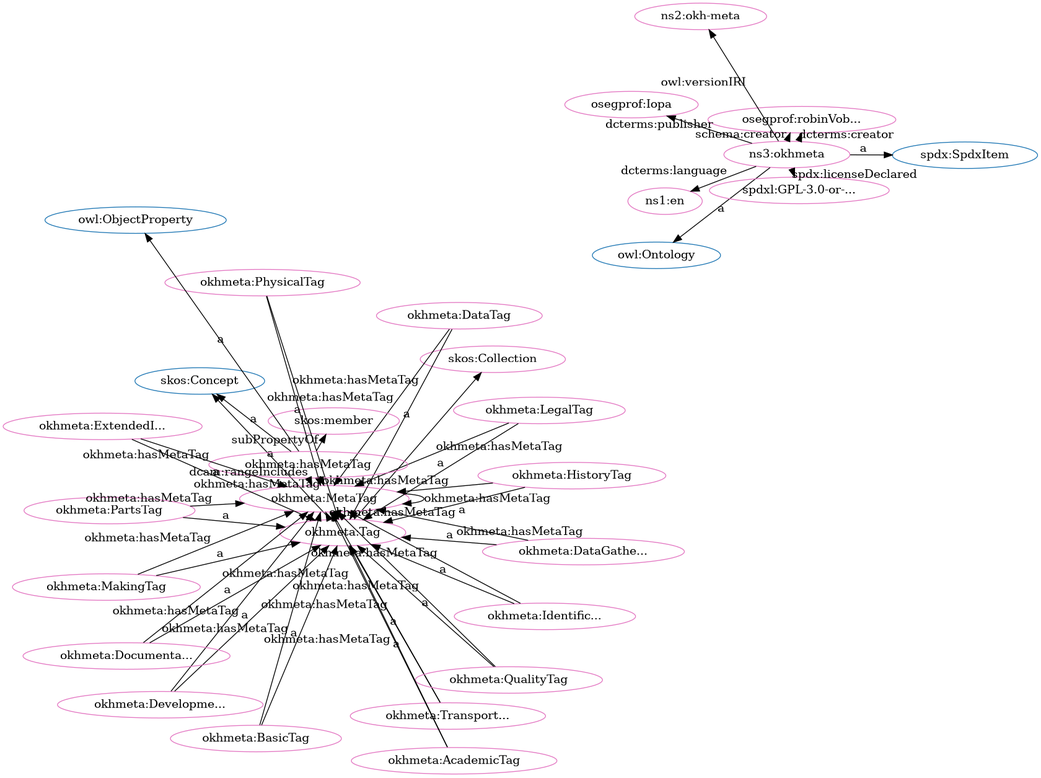
Earlier version of the Graphviz export src/spec/fdp_okh-meta.png (iop-alliance/OpenKnowHow). Its source is kept beside it as src/spec/fdp_okh-meta.dot.
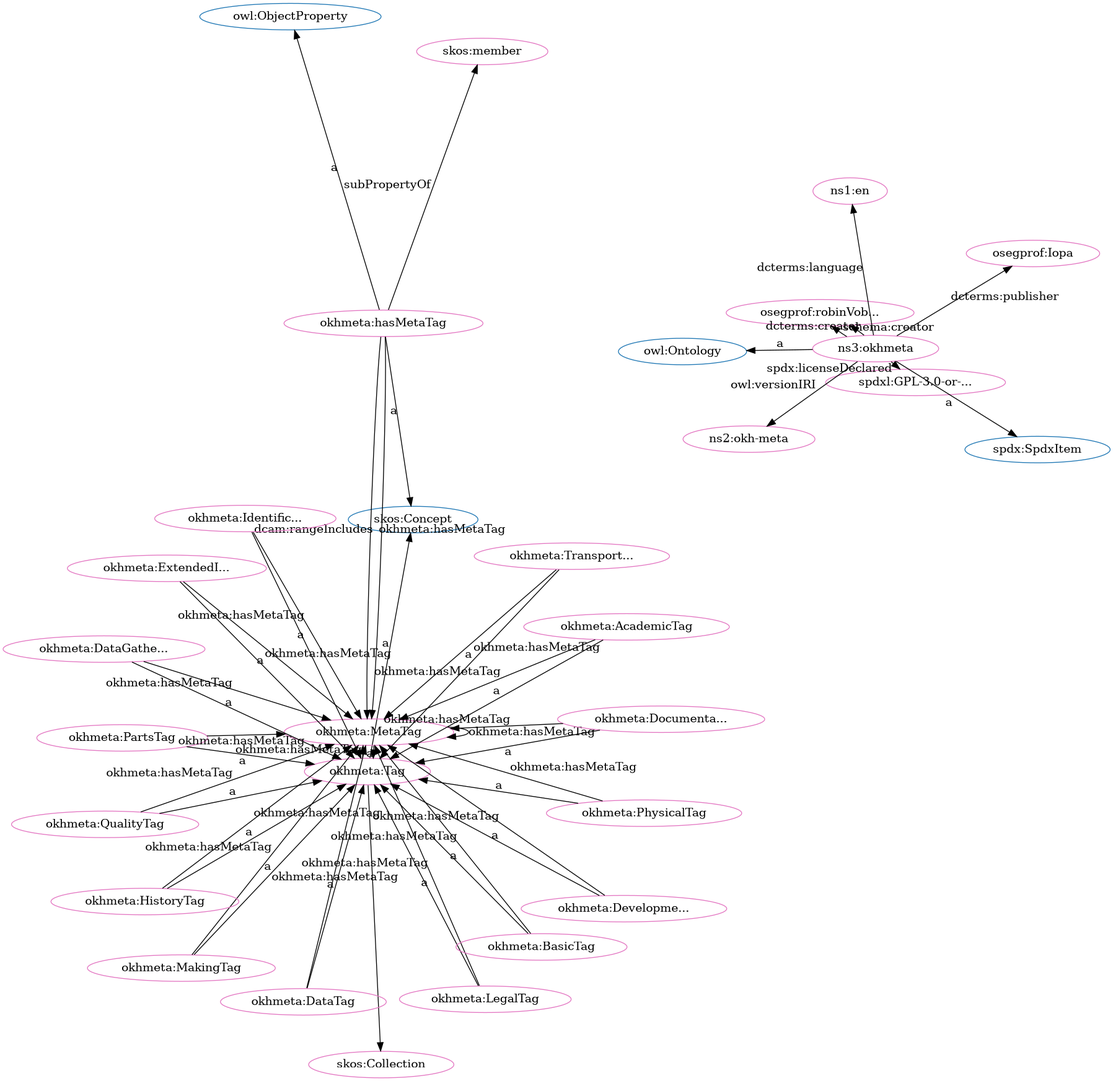
After the change.

What changed in the source:
```diff
@@ -1,84 +1,84 @@
 digraph G {
   rankdir=BT
   node[height=.3]
+"http://w3id.org/oseg/ont/okhmeta#Tag" [fillcolor="#1f77b4" color="#1f77b4" label="okhmeta:Tag"]
 "http://www.w3.org/2002/07/owl#Ontology" [fillcolor="#1f77b4" color="#1f77b4" label="owl:Ontology"]
+"http://www.w3.org/2004/02/skos/core#Concept" [fillcolor="#1f77b4" color="#1f77b4" label="skos:Concept"]
+"http://www.w3.org/2004/02/skos/core#Collection" [fillcolor="#1f77b4" color="#1f77b4" label="skos:Collection"]
 "http://www.w3.org/2002/07/owl#ObjectProperty" [fillcolor="#1f77b4" color="#1f77b4" label="owl:ObjectProperty"]
-"http://w3id.org/oseg/ont/okhmeta#Tag" [fillcolor="#1f77b4" color="#1f77b4" label="okhmeta:Tag"]
-"http://www.w3.org/2004/02/skos/core#Concept" [fillcolor="#1f77b4" color="#1f77b4" label="skos:Concept"]
 "http://spdx.org/rdf/terms#SpdxItem" [fillcolor="#1f77b4" color="#1f77b4" label="spdx:SpdxItem"]
-"http://www.w3.org/2004/02/skos/core#Collection" [fillcolor="#1f77b4" color="#1f77b4" label="skos:Collection"]
+"http://w3id.org/oseg/ont/okhmeta#hasMetaTag" [fillcolor="#e377c2" color="#e377c2" label="okhmeta:hasMetaTag"]
+"http://w3id.org/oseg/ont/okhmeta#MetaTag" [fillcolor="#e377c2" color="#e377c2" label="okhmeta:MetaTag"]
+"http://spdx.org/licenses/GPL-3.0-or-later" [fillcolor="#e377c2" color="#e377c2" label="spdxl:GPL-3.0-or-..."]
+"http://w3id.org/oseg/ont/okhmeta#QualityTag" [fillcolor="#e377c2" color="#e377c2" label="okhmeta:QualityTag"]
+"http://w3id.org/oseg/ont/okhmeta#DocumentationTag" [fillcolor="#e377c2" color="#e377c2" label="okhmeta:Documenta..."]
+"http://w3id.org/oseg/ont/okhmeta#MakingTag" [fillcolor="#e377c2" color="#e377c2" label="okhmeta:MakingTag"]
+"http://w3id.org/oseg/ont/okhmeta#Tag" [fillcolor="#e377c2" color="#e377c2" label="okhmeta:Tag"]
+"http://w3id.org/oseg/ont/okhmeta#HistoryTag" [fillcolor="#e377c2" color="#e377c2" label="okhmeta:HistoryTag"]
+"http://w3id.org/oseg/ont/oseg-profiles#Iopa" [fillcolor="#e377c2" color="#e377c2" label="osegprof:Iopa"]
+"http://www.w3.org/2004/02/skos/core#Collection" [fillcolor="#e377c2" color="#e377c2" label="skos:Collection"]
+"http://w3id.org/oseg/ont/okhmeta#LegalTag" [fillcolor="#e377c2" color="#e377c2" label="okhmeta:LegalTag"]
+"http://w3id.org/oseg/ont/okhmeta#TransportationTag" [fillcolor="#e377c2" color="#e377c2" label="okhmeta:Transport..."]
+"http://www.w3.org/2004/02/skos/core#member" [fillcolor="#e377c2" color="#e377c2" label="skos:member"]
+"http://w3id.org/oseg/ont/okhmeta#AcademicTag" [fillcolor="#e377c2" color="#e377c2" label="okhmeta:AcademicTag"]
+"http://w3id.org/oseg/ont/okhmeta#PartsTag" [fillcolor="#e377c2" color="#e377c2" label="okhmeta:PartsTag"]
+"http://id.loc.gov/vocabulary/iso639-1/en" [fillcolor="#e377c2" color="#e377c2" label="ns1:en"]
+"http://w3id.org/oseg/ont/okhmeta#PhysicalTag" [fillcolor="#e377c2" color="#e377c2" label="okhmeta:PhysicalTag"]
+"http://w3id.org/oseg/ont/okhmeta#BasicTag" [fillcolor="#e377c2" color="#e377c2" label="okhmeta:BasicTag"]
+"http://w3id.org/oseg/ont/okhmeta#IdentificationTag" [fillcolor="#e377c2" color="#e377c2" label="okhmeta:Identific..."]
+"http://w3id.org/oseg/ont/oseg-profiles#robinVobruba" [fillcolor="#e377c2" color="#e377c2" label="osegprof:robinVob..."]
+"http://w3id.org/oseg/ont/okhmeta#ExtendedInfoTag" [fillcolor="#e377c2" color="#e377c2" label="okhmeta:ExtendedI..."]
+"http://w3id.org/oseg/ont/1.1.0/okh-meta" [fillcolor="#e377c2" color="#e377c2" label="ns2:okh-meta"]
+"http://w3id.org/oseg/ont/okhmeta#DataGatheringTag" [fillcolor="#e377c2" color="#e377c2" label="okhmeta:DataGathe..."]
+"http://w3id.org/oseg/ont/okhmeta#DevelopmentTag" [fillcolor="#e377c2" color="#e377c2" label="okhmeta:Developme..."]
+"http://w3id.org/oseg/ont/okhmeta" [fillcolor="#e377c2" color="#e377c2" label="ns3:okhmeta"]
 "http://w3id.org/oseg/ont/okhmeta#DataTag" [fillcolor="#e377c2" color="#e377c2" label="okhmeta:DataTag"]
-"http://w3id.org/oseg/ont/okhmeta#HistoryTag" [fillcolor="#e377c2" color="#e377c2" label="okhmeta:HistoryTag"]
-"http://w3id.org/oseg/ont/okhmeta#MetaTag" [fillcolor="#e377c2" color="#e377c2" label="okhmeta:MetaTag"]
-"http://w3id.org/oseg/ont/okhmeta#TransportationTag" [fillcolor="#e377c2" color="#e377c2" label="okhmeta:Transport..."]
-"http://w3id.org/oseg/ont/okhmeta#DevelopmentTag" [fillcolor="#e377c2" color="#e377c2" label="okhmeta:Developme..."]
-"http://w3id.org/oseg/ont/okhmeta#MakingTag" [fillcolor="#e377c2" color="#e377c2" label="okhmeta:MakingTag"]
-"http://w3id.org/oseg/ont/okhmeta#IdentificationTag" [fillcolor="#e377c2" color="#e377c2" label="okhmeta:Identific..."]
-"http://id.loc.gov/vocabulary/iso639-1/en" [fillcolor="#e377c2" color="#e377c2" label="ns1:en"]
-"http://w3id.org/oseg/ont/okhmeta#PartsTag" [fillcolor="#e377c2" color="#e377c2" label="okhmeta:PartsTag"]
-"http://w3id.org/oseg/ont/1.1.0/okh-meta" [fillcolor="#e377c2" color="#e377c2" label="ns2:okh-meta"]
-"http://www.w3.org/2004/02/skos/core#member" [fillcolor="#e377c2" color="#e377c2" label="skos:member"]
-"http://w3id.org/oseg/ont/okhmeta#LegalTag" [fillcolor="#e377c2" color="#e377c2" label="okhmeta:LegalTag"]
-"http://w3id.org/oseg/ont/oseg-profiles#robinVobruba" [fillcolor="#e377c2" color="#e377c2" label="osegprof:robinVob..."]
-"http://w3id.org/oseg/ont/okhmeta#QualityTag" [fillcolor="#e377c2" color="#e377c2" label="okhmeta:QualityTag"]
-"http://w3id.org/oseg/ont/oseg-profiles#Iopa" [fillcolor="#e377c2" color="#e377c2" label="osegprof:Iopa"]
-"http://w3id.org/oseg/ont/okhmeta#PhysicalTag" [fillcolor="#e377c2" color="#e377c2" label="okhmeta:PhysicalTag"]
-"http://www.w3.org/2004/02/skos/core#Collection" [fillcolor="#e377c2" color="#e377c2" label="skos:Collection"]
-"http://w3id.org/oseg/ont/okhmeta" [fillcolor="#e377c2" color="#e377c2" label="ns3:okhmeta"]
-"http://spdx.org/licenses/GPL-3.0-or-later" [fillcolor="#e377c2" color="#e377c2" label="spdxl:GPL-3.0-or-..."]
-"http://w3id.org/oseg/ont/okhmeta#AcademicTag" [fillcolor="#e377c2" color="#e377c2" label="okhmeta:AcademicTag"]
-"http://w3id.org/oseg/ont/okhmeta#DocumentationTag" [fillcolor="#e377c2" color="#e377c2" label="okhmeta:Documenta..."]
-"http://w3id.org/oseg/ont/okhmeta#Tag" [fillcolor="#e377c2" color="#e377c2" label="okhmeta:Tag"]
-"http://w3id.org/oseg/ont/okhmeta#hasMetaTag" [fillcolor="#e377c2" color="#e377c2" label="okhmeta:hasMetaTag"]
-"http://w3id.org/oseg/ont/okhmeta#ExtendedInfoTag" [fillcolor="#e377c2" color="#e377c2" label="okhmeta:ExtendedI..."]
-"http://w3id.org/oseg/ont/okhmeta#DataGatheringTag" [fillcolor="#e377c2" color="#e377c2" label="okhmeta:DataGathe..."]
-"http://w3id.org/oseg/ont/okhmeta#BasicTag" [fillcolor="#e377c2" color="#e377c2" label="okhmeta:BasicTag"]
+  "http://w3id.org/oseg/ont/okhmeta#TransportationTag" -> "http://w3id.org/oseg/ont/okhmeta#MetaTag" [label="okhmeta:hasMetaTag"]
+  "http://w3id.org/oseg/ont/okhmeta#PartsTag" -> "http://w3id.org/oseg/ont/okhmeta#MetaTag" [label="okhmeta:hasMetaTag"]
+  "http://w3id.org/oseg/ont/okhmeta" -> "http://w3id.org/oseg/ont/oseg-profiles#Iopa" [label="dcterms:publisher"]
+  "http://w3id.org/oseg/ont/okhmeta#Tag" -> "http://www.w3.org/2004/02/skos/core#Collection" [label=""]
+  "http://w3id.org/oseg/ont/okhmeta#TransportationTag" -> "http://w3id.org/oseg/ont/okhmeta#Tag" [label="a"]
+  "http://w3id.org/oseg/ont/okhmeta#hasMetaTag" -> "http://www.w3.org/2004/02/skos/core#member" [label="subPropertyOf"]
+  "http://w3id.org/oseg/ont/okhmeta#PartsTag" -> "http://w3id.org/oseg/ont/okhmeta#Tag" [label="a"]
+  "http://w3id.org/oseg/ont/okhmeta" -> "http://id.loc.gov/vocabulary/iso639-1/en" [label="dcterms:language"]
+  "http://w3id.org/oseg/ont/okhmeta#BasicTag" -> "http://w3id.org/oseg/ont/okhmeta#Tag" [label="a"]
+  "http://w3id.org/oseg/ont/okhmeta#MetaTag" -> "http://w3id.org/oseg/ont/okhmeta#MetaTag" [label="okhmeta:hasMetaTag"]
+  "http://w3id.org/oseg/ont/okhmeta" -> "http://w3id.org/oseg/ont/oseg-profiles#robinVobruba" [label="schema:creator"]
+  "http://w3id.org/oseg/ont/okhmeta#ExtendedInfoTag" -> "http://w3id.org/oseg/ont/okhmeta#Tag" [label="a"]
+  "http://w3id.org/oseg/ont/okhmeta#DataGatheringTag" -> "http://w3id.org/oseg/ont/okhmeta#Tag" [label="a"]
+  "http://w3id.org/oseg/ont/okhmeta" -> "http://www.w3.org/2002/07/owl#Ontology" [label="a"]
+  "http://w3id.org/oseg/ont/okhmeta#MakingTag" -> "http://w3id.org/oseg/ont/okhmeta#MetaTag" [label="okhmeta:hasMetaTag"]
+  "http://w3id.org/oseg/ont/okhmeta" -> "http://spdx.org/rdf/terms#SpdxItem" [label="a"]
+  "http://w3id.org/oseg/ont/okhmeta" -> "http://w3id.org/oseg/ont/oseg-profiles#robinVobruba" [label="dcterms:creator"]
+  "http://w3id.org/oseg/ont/okhmeta#ExtendedInfoTag" -> "http://w3id.org/oseg/ont/okhmeta#MetaTag" [label="okhmeta:hasMetaTag"]
+  "http://w3id.org/oseg/ont/okhmeta#hasMetaTag" -> "http://www.w3.org/2002/07/owl#ObjectProperty" [label="a"]
+  "http://w3id.org/oseg/ont/okhmeta#HistoryTag" -> "http://w3id.org/oseg/ont/okhmeta#MetaTag" [label="okhmeta:hasMetaTag"]
+  "http://w3id.org/oseg/ont/okhmeta" -> "http://spdx.org/licenses/GPL-3.0-or-later" [label="spdx:licenseDeclared"]
+  "http://w3id.org/oseg/ont/okhmeta#LegalTag" -> "http://w3id.org/oseg/ont/okhmeta#MetaTag" [label="okhmeta:hasMetaTag"]
+  "http://w3id.org/oseg/ont/okhmeta#QualityTag" -> "http://w3id.org/oseg/ont/okhmeta#Tag" [label="a"]
+  "http://w3id.org/oseg/ont/okhmeta#Tag" -> "http://w3id.org/oseg/ont/okhmeta#MetaTag" [label="okhmeta:hasMetaTag"]
+  "http://w3id.org/oseg/ont/okhmeta#MetaTag" -> "http://w3id.org/oseg/ont/okhmeta#Tag" [label="a"]
+  "http://w3id.org/oseg/ont/okhmeta#hasMetaTag" -> "http://w3id.org/oseg/ont/okhmeta#MetaTag" [label="okhmeta:hasMetaTag"]
+  "http://w3id.org/oseg/ont/okhmeta#DocumentationTag" -> "http://w3id.org/oseg/ont/okhmeta#Tag" [label="a"]
+  "http://w3id.org/oseg/ont/okhmeta#MakingTag" -> "http://w3id.org/oseg/ont/okhmeta#Tag" [label="a"]
+  "http://w3id.org/oseg/ont/okhmeta#AcademicTag" -> "http://w3id.org/oseg/ont/okhmeta#MetaTag" [label="okhmeta:hasMetaTag"]
+  "http://w3id.org/oseg/ont/okhmeta#Tag" -> "http://www.w3.org/2004/02/skos/core#Concept" [label="a"]
+  "http://w3id.org/oseg/ont/okhmeta#DocumentationTag" -> "http://w3id.org/oseg/ont/okhmeta#MetaTag" [label="okhmeta:hasMetaTag"]
+  "http://w3id.org/oseg/ont/okhmeta#PhysicalTag" -> "http://w3id.org/oseg/ont/okhmeta#MetaTag" [label="okhmeta:hasMetaTag"]
+  "http://w3id.org/oseg/ont/okhmeta#hasMetaTag" -> "http://w3id.org/oseg/ont/okhmeta#MetaTag" [label="dcam:rangeIncludes"]
+  "http://w3id.org/oseg/ont/okhmeta#IdentificationTag" -> "http://w3id.org/oseg/ont/okhmeta#MetaTag" [label="okhmeta:hasMetaTag"]
+  "http://w3id.org/oseg/ont/okhmeta#HistoryTag" -> "http://w3id.org/oseg/ont/okhmeta#Tag" [label="a"]
+  "http://w3id.org/oseg/ont/okhmeta#LegalTag" -> "http://w3id.org/oseg/ont/okhmeta#Tag" [label="a"]
+  "http://w3id.org/oseg/ont/okhmeta#AcademicTag" -> "http://w3id.org/oseg/ont/okhmeta#Tag" [label="a"]
+  "http://w3id.org/oseg/ont/okhmeta#DevelopmentTag" -> "http://w3id.org/oseg/ont/okhmeta#MetaTag" [label="okhmeta:hasMetaTag"]
+  "http://w3id.org/oseg/ont/okhmeta#DataTag" -> "http://w3id.org/oseg/ont/okhmeta#MetaTag" [label="okhmeta:hasMetaTag"]
+  "http://w3id.org/oseg/ont/okhmeta#PhysicalTag" -> "http://w3id.org/oseg/ont/okhmeta#Tag" [label="a"]
+  "http://w3id.org/oseg/ont/okhmeta#IdentificationTag" -> "http://w3id.org/oseg/ont/okhmeta#Tag" [label="a"]
+  "http://w3id.org/oseg/ont/okhmeta#QualityTag" -> "http://w3id.org/oseg/ont/okhmeta#MetaTag" [label="okhmeta:hasMetaTag"]
+  "http://w3id.org/oseg/ont/okhmeta#hasMetaTag" -> "http://www.w3.org/2004/02/skos/core#Concept" [label="a"]
+  "http://w3id.org/oseg/ont/okhmeta" -> "http://w3id.org/oseg/ont/1.1.0/okh-meta" [label="owl:versionIRI"]
+  "http://w3id.org/oseg/ont/okhmeta#BasicTag" -> "http://w3id.org/oseg/ont/okhmeta#MetaTag" [label="okhmeta:hasMetaTag"]
+  "http://w3id.org/oseg/ont/okhmeta#DevelopmentTag" -> "http://w3id.org/oseg/ont/okhmeta#Tag" [label="a"]
   "http://w3id.org/oseg/ont/okhmeta#DataTag" -> "http://w3id.org/oseg/ont/okhmeta#Tag" [label="a"]
-  "http://w3id.org/oseg/ont/okhmeta#HistoryTag" -> "http://w3id.org/oseg/ont/okhmeta#Tag" [label="a"]
-  "http://w3id.org/oseg/ont/okhmeta#IdentificationTag" -> "http://w3id.org/oseg/ont/okhmeta#MetaTag" [label="okhmeta:hasMetaTag"]
-  "http://w3id.org/oseg/ont/okhmeta#PartsTag" -> "http://w3id.org/oseg/ont/okhmeta#MetaTag" [label="okhmeta:hasMetaTag"]
-  "http://w3id.org/oseg/ont/okhmeta#TransportationTag" -> "http://w3id.org/oseg/ont/okhmeta#Tag" [label="a"]
-  "http://w3id.org/oseg/ont/okhmeta#DevelopmentTag" -> "http://w3id.org/oseg/ont/okhmeta#Tag" [label="a"]
-  "http://w3id.org/oseg/ont/okhmeta#MakingTag" -> "http://w3id.org/oseg/ont/okhmeta#Tag" [label="a"]
-  "http://w3id.org/oseg/ont/okhmeta#MetaTag" -> "http://w3id.org/oseg/ont/okhmeta#MetaTag" [label="okhmeta:hasMetaTag"]
-  "http://w3id.org/oseg/ont/okhmeta#ExtendedInfoTag" -> "http://w3id.org/oseg/ont/okhmeta#MetaTag" [label="okhmeta:hasMetaTag"]
-  "http://w3id.org/oseg/ont/okhmeta#QualityTag" -> "http://w3id.org/oseg/ont/okhmeta#MetaTag" [label="okhmeta:hasMetaTag"]
-  "http://w3id.org/oseg/ont/okhmeta#LegalTag" -> "http://w3id.org/oseg/ont/okhmeta#Tag" [label="a"]
-  "http://w3id.org/oseg/ont/okhmeta" -> "http://w3id.org/oseg/ont/oseg-profiles#robinVobruba" [label="schema:creator"]
-  "http://w3id.org/oseg/ont/okhmeta#HistoryTag" -> "http://w3id.org/oseg/ont/okhmeta#MetaTag" [label="okhmeta:hasMetaTag"]
-  "http://w3id.org/oseg/ont/okhmeta#MetaTag" -> "http://w3id.org/oseg/ont/okhmeta#Tag" [label="a"]
-  "http://w3id.org/oseg/ont/okhmeta#PhysicalTag" -> "http://w3id.org/oseg/ont/okhmeta#Tag" [label="a"]
-  "http://w3id.org/oseg/ont/okhmeta#MakingTag" -> "http://w3id.org/oseg/ont/okhmeta#MetaTag" [label="okhmeta:hasMetaTag"]
-  "http://w3id.org/oseg/ont/okhmeta#Tag" -> "http://www.w3.org/2004/02/skos/core#Collection" [label=""]
-  "http://w3id.org/oseg/ont/okhmeta" -> "http://spdx.org/licenses/GPL-3.0-or-later" [label="spdx:licenseDeclared"]
-  "http://w3id.org/oseg/ont/okhmeta#AcademicTag" -> "http://w3id.org/oseg/ont/okhmeta#Tag" [label="a"]
-  "http://w3id.org/oseg/ont/okhmeta#DocumentationTag" -> "http://w3id.org/oseg/ont/okhmeta#Tag" [label="a"]
-  "http://w3id.org/oseg/ont/okhmeta" -> "http://www.w3.org/2002/07/owl#Ontology" [label="a"]
-  "http://w3id.org/oseg/ont/okhmeta#DataGatheringTag" -> "http://w3id.org/oseg/ont/okhmeta#Tag" [label="a"]
-  "http://w3id.org/oseg/ont/okhmeta#DataTag" -> "http://w3id.org/oseg/ont/okhmeta#MetaTag" [label="okhmeta:hasMetaTag"]
-  "http://w3id.org/oseg/ont/okhmeta#BasicTag" -> "http://w3id.org/oseg/ont/okhmeta#Tag" [label="a"]
-  "http://w3id.org/oseg/ont/okhmeta" -> "http://w3id.org/oseg/ont/oseg-profiles#robinVobruba" [label="dcterms:creator"]
-  "http://w3id.org/oseg/ont/okhmeta#hasMetaTag" -> "http://www.w3.org/2004/02/skos/core#Concept" [label="a"]
-  "http://w3id.org/oseg/ont/okhmeta#TransportationTag" -> "http://w3id.org/oseg/ont/okhmeta#MetaTag" [label="okhmeta:hasMetaTag"]
-  "http://w3id.org/oseg/ont/okhmeta#DevelopmentTag" -> "http://w3id.org/oseg/ont/okhmeta#MetaTag" [label="okhmeta:hasMetaTag"]
-  "http://w3id.org/oseg/ont/okhmeta#IdentificationTag" -> "http://w3id.org/oseg/ont/okhmeta#Tag" [label="a"]
-  "http://w3id.org/oseg/ont/okhmeta#LegalTag" -> "http://w3id.org/oseg/ont/okhmeta#MetaTag" [label="okhmeta:hasMetaTag"]
-  "http://w3id.org/oseg/ont/okhmeta" -> "http://id.loc.gov/vocabulary/iso639-1/en" [label="dcterms:language"]
-  "http://w3id.org/oseg/ont/okhmeta#PartsTag" -> "http://w3id.org/oseg/ont/okhmeta#Tag" [label="a"]
-  "http://w3id.org/oseg/ont/okhmeta" -> "http://w3id.org/oseg/ont/1.1.0/okh-meta" [label="owl:versionIRI"]
-  "http://w3id.org/oseg/ont/okhmeta#hasMetaTag" -> "http://w3id.org/oseg/ont/okhmeta#MetaTag" [label="okhmeta:hasMetaTag"]
-  "http://w3id.org/oseg/ont/okhmeta#hasMetaTag" -> "http://www.w3.org/2004/02/skos/core#member" [label="subPropertyOf"]
-  "http://w3id.org/oseg/ont/okhmeta#PhysicalTag" -> "http://w3id.org/oseg/ont/okhmeta#MetaTag" [label="okhmeta:hasMetaTag"]
-  "http://w3id.org/oseg/ont/okhmeta#QualityTag" -> "http://w3id.org/oseg/ont/okhmeta#Tag" [label="a"]
-  "http://w3id.org/oseg/ont/okhmeta" -> "http://w3id.org/oseg/ont/oseg-profiles#Iopa" [label="dcterms:publisher"]
-  "http://w3id.org/oseg/ont/okhmeta#hasMetaTag" -> "http://w3id.org/oseg/ont/okhmeta#MetaTag" [label="dcam:rangeIncludes"]
-  "http://w3id.org/oseg/ont/okhmeta" -> "http://spdx.org/rdf/terms#SpdxItem" [label="a"]
-  "http://w3id.org/oseg/ont/okhmeta#AcademicTag" -> "http://w3id.org/oseg/ont/okhmeta#MetaTag" [label="okhmeta:hasMetaTag"]
-  "http://w3id.org/oseg/ont/okhmeta#DocumentationTag" -> "http://w3id.org/oseg/ont/okhmeta#MetaTag" [label="okhmeta:hasMetaTag"]
-  "http://w3id.org/oseg/ont/okhmeta#Tag" -> "http://www.w3.org/2004/02/skos/core#Concept" [label="a"]
-  "http://w3id.org/oseg/ont/okhmeta#hasMetaTag" -> "http://www.w3.org/2002/07/owl#ObjectProperty" [label="a"]
   "http://w3id.org/oseg/ont/okhmeta#DataGatheringTag" -> "http://w3id.org/oseg/ont/okhmeta#MetaTag" [label="okhmeta:hasMetaTag"]
-  "http://w3id.org/oseg/ont/okhmeta#BasicTag" -> "http://w3id.org/oseg/ont/okhmeta#MetaTag" [label="okhmeta:hasMetaTag"]
-  "http://w3id.org/oseg/ont/okhmeta#ExtendedInfoTag" -> "http://w3id.org/oseg/ont/okhmeta#Tag" [label="a"]
-  "http://w3id.org/oseg/ont/okhmeta#Tag" -> "http://w3id.org/oseg/ont/okhmeta#MetaTag" [label="okhmeta:hasMetaTag"]
 }
```
